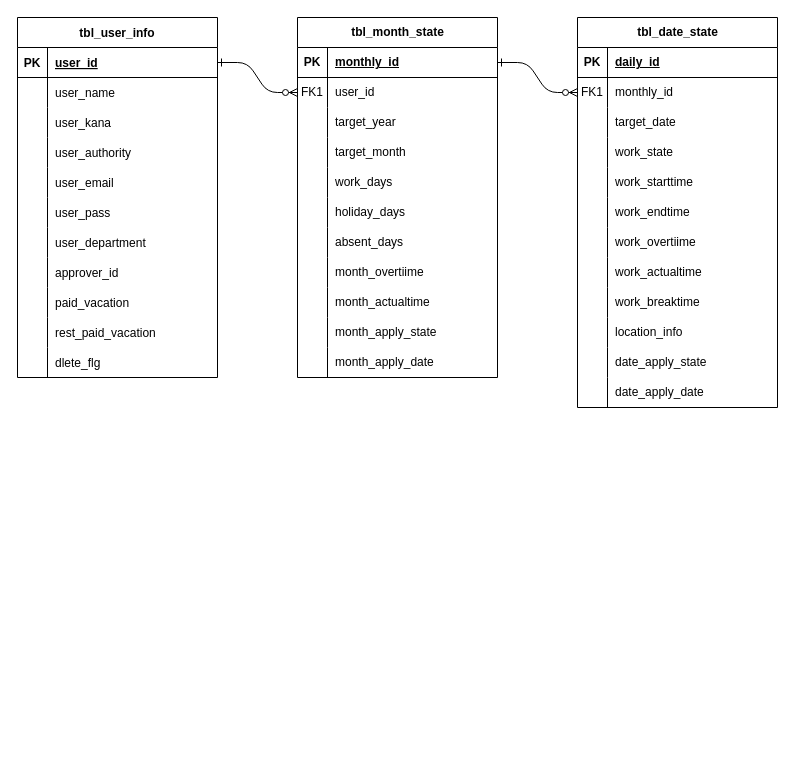
Above: docs/database/er.drawio in youkobaske/agentSupport-attendanceSystem (draw.io), before the change. Source tidied: cells renumbered, new cells numbered last; positions are measured from the earlier drawing's top-left corner, leaving out a move shared by most shapes. Both pictures are drawn from the tidied source at 100%, with x=0, y=0 at pixel (17, 17).
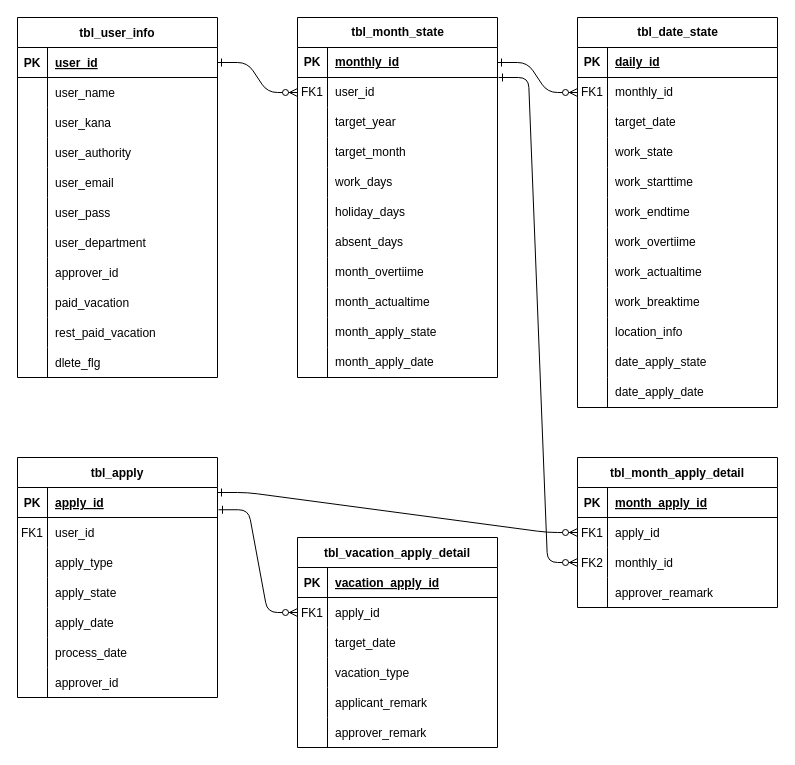
The same diagram, later.

Change to the diagram source:
```diff
@@
+    <mxCell id="111" value="tbl_apply" style="shape=table;startSize=30;childLayout=tableLayout;rowLines=0;fontStyle=1;align=center;" parent="1" vertex="1">
+      <mxGeometry y="440" width="200" height="240" as="geometry" />
+    </mxCell>
+    <mxCell id="112" style="shape=partialRectangle;fillColor=none;points=[[0,0.5],[1,0.5]];portConstraint=eastwest;top=0;left=0;right=0;bottom=1;" parent="111" vertex="1">
+      <mxGeometry y="30" width="200" height="30" as="geometry" />
+    </mxCell>
+    <mxCell id="113" value="PK" style="shape=partialRectangle;overflow=hidden;fillColor=none;top=0;left=0;bottom=0;right=0;fontStyle=1;" parent="112" vertex="1">
+      <mxGeometry width="30" height="30" as="geometry" />
+    </mxCell>
+    <mxCell id="114" value="apply_id" style="shape=partialRectangle;overflow=hidden;fillColor=none;top=0;left=0;bottom=0;right=0;align=left;spacingLeft=6;fontStyle=5;" parent="112" vertex="1">
+      <mxGeometry x="30" width="170" height="30" as="geometry" />
+    </mxCell>
+    <mxCell id="115" style="shape=partialRectangle;fillColor=none;top=0;left=0;right=0;bottom=0;" parent="111" vertex="1">
+      <mxGeometry y="60" width="200" height="30" as="geometry" />
+    </mxCell>
+    <mxCell id="116" value="FK1" style="shape=partialRectangle;overflow=hidden;fillColor=none;top=0;left=0;bottom=0;right=0;" parent="115" vertex="1">
+      <mxGeometry width="30" height="30" as="geometry" />
+    </mxCell>
+    <mxCell id="117" value="user_id" style="shape=partialRectangle;overflow=hidden;fillColor=none;top=0;left=0;bottom=0;right=0;align=left;spacingLeft=6;" parent="115" vertex="1">
+      <mxGeometry x="30" width="170" height="30" as="geometry" />
+    </mxCell>
+    <mxCell id="118" style="shape=partialRectangle;fillColor=none;top=0;left=0;right=0;bottom=0;" parent="111" vertex="1">
+      <mxGeometry y="90" width="200" height="30" as="geometry" />
+    </mxCell>
+    <mxCell id="119" style="shape=partialRectangle;overflow=hidden;fillColor=none;top=0;left=0;bottom=0;right=0;" parent="118" vertex="1">
+      <mxGeometry width="30" height="30" as="geometry" />
+    </mxCell>
+    <mxCell id="120" value="apply_type" style="shape=partialRectangle;overflow=hidden;fillColor=none;top=0;left=0;bottom=0;right=0;align=left;spacingLeft=6;" parent="118" vertex="1">
+      <mxGeometry x="30" width="170" height="30" as="geometry" />
+    </mxCell>
+    <mxCell id="121" style="shape=partialRectangle;fillColor=none;top=0;left=0;right=0;bottom=0;" parent="111" vertex="1">
+      <mxGeometry y="120" width="200" height="30" as="geometry" />
+    </mxCell>
+    <mxCell id="122" style="shape=partialRectangle;overflow=hidden;fillColor=none;top=0;left=0;bottom=0;right=0;" parent="121" vertex="1">
+      <mxGeometry width="30" height="30" as="geometry" />
+    </mxCell>
+    <mxCell id="123" value="apply_state" style="shape=partialRectangle;overflow=hidden;fillColor=none;top=0;left=0;bottom=0;right=0;align=left;spacingLeft=6;" parent="121" vertex="1">
+      <mxGeometry x="30" width="170" height="30" as="geometry" />
+    </mxCell>
+    <mxCell id="124" style="shape=partialRectangle;fillColor=none;top=0;left=0;right=0;bottom=0;" parent="111" vertex="1">
+      <mxGeometry y="150" width="200" height="30" as="geometry" />
+    </mxCell>
+    <mxCell id="125" style="shape=partialRectangle;overflow=hidden;fillColor=none;top=0;left=0;bottom=0;right=0;" parent="124" vertex="1">
+      <mxGeometry width="30" height="30" as="geometry" />
+    </mxCell>
+    <mxCell id="126" value="apply_date" style="shape=partialRectangle;overflow=hidden;fillColor=none;top=0;left=0;bottom=0;right=0;align=left;spacingLeft=6;" parent="124" vertex="1">
+      <mxGeometry x="30" width="170" height="30" as="geometry" />
+    </mxCell>
+    <mxCell id="127" style="shape=partialRectangle;fillColor=none;top=0;left=0;right=0;bottom=0;" parent="111" vertex="1">
+      <mxGeometry y="180" width="200" height="30" as="geometry" />
+    </mxCell>
+    <mxCell id="128" style="shape=partialRectangle;overflow=hidden;fillColor=none;top=0;left=0;bottom=0;right=0;" parent="127" vertex="1">
+      <mxGeometry width="30" height="30" as="geometry" />
+    </mxCell>
+    <mxCell id="129" value="process_date" style="shape=partialRectangle;overflow=hidden;fillColor=none;top=0;left=0;bottom=0;right=0;align=left;spacingLeft=6;" parent="127" vertex="1">
+      <mxGeometry x="30" width="170" height="30" as="geometry" />
+    </mxCell>
+    <mxCell id="130" style="shape=partialRectangle;fillColor=none;top=0;left=0;right=0;bottom=0;" parent="111" vertex="1">
+      <mxGeometry y="210" width="200" height="30" as="geometry" />
+    </mxCell>
+    <mxCell id="131" style="shape=partialRectangle;overflow=hidden;fillColor=none;top=0;left=0;bottom=0;right=0;" parent="130" vertex="1">
+      <mxGeometry width="30" height="30" as="geometry" />
+    </mxCell>
+    <mxCell id="132" value="approver_id" style="shape=partialRectangle;overflow=hidden;fillColor=none;top=0;left=0;bottom=0;right=0;align=left;spacingLeft=6;" parent="130" vertex="1">
+      <mxGeometry x="30" width="170" height="30" as="geometry" />
+    </mxCell>
+    <mxCell id="133" value="tbl_vacation_apply_detail" style="shape=table;startSize=30;childLayout=tableLayout;rowLines=0;fontStyle=1;align=center;" parent="1" vertex="1">
+      <mxGeometry x="280" y="520" width="200" height="210" as="geometry" />
+    </mxCell>
+    <mxCell id="134" style="shape=partialRectangle;fillColor=none;top=0;left=0;right=0;bottom=1;" parent="133" vertex="1">
+      <mxGeometry y="30" width="200" height="30" as="geometry" />
+    </mxCell>
+    <mxCell id="135" value="PK" style="shape=partialRectangle;overflow=hidden;fillColor=none;top=0;left=0;bottom=0;right=0;fontStyle=1;" parent="134" vertex="1">
+      <mxGeometry width="30" height="30" as="geometry" />
+    </mxCell>
+    <mxCell id="136" value="vacation_apply_id" style="shape=partialRectangle;overflow=hidden;fillColor=none;top=0;left=0;bottom=0;right=0;align=left;spacingLeft=6;fontStyle=5;" parent="134" vertex="1">
+      <mxGeometry x="30" width="170" height="30" as="geometry" />
+    </mxCell>
+    <mxCell id="137" style="shape=partialRectangle;fillColor=none;points=[[0,0.5],[1,0.5]];portConstraint=eastwest;top=0;left=0;right=0;bottom=0;" parent="133" vertex="1">
+      <mxGeometry y="60" width="200" height="30" as="geometry" />
+    </mxCell>
+    <mxCell id="138" value="FK1" style="shape=partialRectangle;overflow=hidden;fillColor=none;top=0;left=0;bottom=0;right=0;" parent="137" vertex="1">
+      <mxGeometry width="30" height="30" as="geometry" />
+    </mxCell>
+    <mxCell id="139" value="apply_id" style="shape=partialRectangle;overflow=hidden;fillColor=none;top=0;left=0;bottom=0;right=0;align=left;spacingLeft=6;" parent="137" vertex="1">
+      <mxGeometry x="30" width="170" height="30" as="geometry" />
+    </mxCell>
+    <mxCell id="140" style="shape=partialRectangle;fillColor=none;top=0;left=0;right=0;bottom=0;" parent="133" vertex="1">
+      <mxGeometry y="90" width="200" height="30" as="geometry" />
+    </mxCell>
+    <mxCell id="141" style="shape=partialRectangle;overflow=hidden;fillColor=none;top=0;left=0;bottom=0;right=0;" parent="140" vertex="1">
+      <mxGeometry width="30" height="30" as="geometry" />
+    </mxCell>
+    <mxCell id="142" value="target_date" style="shape=partialRectangle;overflow=hidden;fillColor=none;top=0;left=0;bottom=0;right=0;align=left;spacingLeft=6;" parent="140" vertex="1">
+      <mxGeometry x="30" width="170" height="30" as="geometry" />
+    </mxCell>
+    <mxCell id="143" style="shape=partialRectangle;fillColor=none;top=0;left=0;right=0;bottom=0;" parent="133" vertex="1">
+      <mxGeometry y="120" width="200" height="30" as="geometry" />
+    </mxCell>
+    <mxCell id="144" style="shape=partialRectangle;overflow=hidden;fillColor=none;top=0;left=0;bottom=0;right=0;" parent="143" vertex="1">
+      <mxGeometry width="30" height="30" as="geometry" />
+    </mxCell>
+    <mxCell id="145" value="vacation_type" style="shape=partialRectangle;overflow=hidden;fillColor=none;top=0;left=0;bottom=0;right=0;align=left;spacingLeft=6;" parent="143" vertex="1">
+      <mxGeometry x="30" width="170" height="30" as="geometry" />
+    </mxCell>
+    <mxCell id="146" style="shape=partialRectangle;fillColor=none;top=0;left=0;right=0;bottom=0;" parent="133" vertex="1">
+      <mxGeometry y="150" width="200" height="30" as="geometry" />
+    </mxCell>
+    <mxCell id="147" style="shape=partialRectangle;overflow=hidden;fillColor=none;top=0;left=0;bottom=0;right=0;" parent="146" vertex="1">
+      <mxGeometry width="30" height="30" as="geometry" />
+    </mxCell>
+    <mxCell id="148" value="applicant_remark" style="shape=partialRectangle;overflow=hidden;fillColor=none;top=0;left=0;bottom=0;right=0;align=left;spacingLeft=6;" parent="146" vertex="1">
+      <mxGeometry x="30" width="170" height="30" as="geometry" />
+    </mxCell>
+    <mxCell id="149" style="shape=partialRectangle;fillColor=none;top=0;left=0;right=0;bottom=0;" parent="133" vertex="1">
+      <mxGeometry y="180" width="200" height="30" as="geometry" />
+    </mxCell>
+    <mxCell id="150" style="shape=partialRectangle;overflow=hidden;fillColor=none;top=0;left=0;bottom=0;right=0;" parent="149" vertex="1">
+      <mxGeometry width="30" height="30" as="geometry" />
+    </mxCell>
+    <mxCell id="151" value="approver_remark" style="shape=partialRectangle;overflow=hidden;fillColor=none;top=0;left=0;bottom=0;right=0;align=left;spacingLeft=6;" parent="149" vertex="1">
+      <mxGeometry x="30" width="170" height="30" as="geometry" />
+    </mxCell>
+    <mxCell id="152" value="tbl_month_apply_detail" style="shape=table;startSize=30;childLayout=tableLayout;rowLines=0;fontStyle=1;align=center;" parent="1" vertex="1">
+      <mxGeometry x="560" y="440" width="200" height="150" as="geometry" />
+    </mxCell>
+    <mxCell id="153" style="shape=partialRectangle;fillColor=none;top=0;left=0;right=0;bottom=1;" parent="152" vertex="1">
+      <mxGeometry y="30" width="200" height="30" as="geometry" />
+    </mxCell>
+    <mxCell id="154" value="PK" style="shape=partialRectangle;overflow=hidden;fillColor=none;top=0;left=0;bottom=0;right=0;fontStyle=1;" parent="153" vertex="1">
+      <mxGeometry width="30" height="30" as="geometry" />
+    </mxCell>
+    <mxCell id="155" value="month_apply_id" style="shape=partialRectangle;overflow=hidden;fillColor=none;top=0;left=0;bottom=0;right=0;align=left;spacingLeft=6;fontStyle=5;" parent="153" vertex="1">
+      <mxGeometry x="30" width="170" height="30" as="geometry" />
+    </mxCell>
+    <mxCell id="156" style="shape=partialRectangle;fillColor=none;points=[[0,0.5],[1,0.5]];portConstraint=eastwest;top=0;left=0;right=0;bottom=0;" parent="152" vertex="1">
+      <mxGeometry y="60" width="200" height="30" as="geometry" />
+    </mxCell>
+    <mxCell id="157" value="FK1" style="shape=partialRectangle;overflow=hidden;fillColor=none;top=0;left=0;bottom=0;right=0;" parent="156" vertex="1">
+      <mxGeometry width="30" height="30" as="geometry" />
+    </mxCell>
+    <mxCell id="158" value="apply_id" style="shape=partialRectangle;overflow=hidden;fillColor=none;top=0;left=0;bottom=0;right=0;align=left;spacingLeft=6;" parent="156" vertex="1">
+      <mxGeometry x="30" width="170" height="30" as="geometry" />
+    </mxCell>
+    <mxCell id="159" style="shape=partialRectangle;fillColor=none;points=[[0,0.5],[1,0.5]];portConstraint=eastwest;top=0;left=0;right=0;bottom=0;" parent="152" vertex="1">
+      <mxGeometry y="90" width="200" height="30" as="geometry" />
+    </mxCell>
+    <mxCell id="160" value="FK2" style="shape=partialRectangle;overflow=hidden;fillColor=none;top=0;left=0;bottom=0;right=0;" parent="159" vertex="1">
+      <mxGeometry width="30" height="30" as="geometry" />
+    </mxCell>
+    <mxCell id="161" value="monthly_id" style="shape=partialRectangle;overflow=hidden;fillColor=none;top=0;left=0;bottom=0;right=0;align=left;spacingLeft=6;" parent="159" vertex="1">
+      <mxGeometry x="30" width="170" height="30" as="geometry" />
+    </mxCell>
+    <mxCell id="162" style="shape=partialRectangle;fillColor=none;top=0;left=0;right=0;bottom=0;" parent="152" vertex="1">
+      <mxGeometry y="120" width="200" height="30" as="geometry" />
+    </mxCell>
+    <mxCell id="163" style="shape=partialRectangle;overflow=hidden;fillColor=none;top=0;left=0;bottom=0;right=0;" parent="162" vertex="1">
+      <mxGeometry width="30" height="30" as="geometry" />
+    </mxCell>
+    <mxCell id="164" value="approver_reamark" style="shape=partialRectangle;overflow=hidden;fillColor=none;top=0;left=0;bottom=0;right=0;align=left;spacingLeft=6;" parent="162" vertex="1">
+      <mxGeometry x="30" width="170" height="30" as="geometry" />
+    </mxCell>
+    <mxCell id="165" style="edgeStyle=entityRelationEdgeStyle;endArrow=ERzeroToMany;startArrow=ERone;endFill=1;startFill=0;entryX=0;entryY=0.5;entryDx=0;entryDy=0;exitX=1.005;exitY=0.742;exitDx=0;exitDy=0;exitPerimeter=0;" parent="1" edge="1" source="112" target="137">
+      <mxGeometry relative="1" as="geometry" />
+    </mxCell>
+    <mxCell id="166" style="edgeStyle=entityRelationEdgeStyle;endArrow=ERzeroToMany;startArrow=ERone;endFill=1;startFill=0;entryX=0;entryY=0.5;entryDx=0;entryDy=0;exitX=1;exitY=0.5;exitDx=0;exitDy=0;" parent="1" edge="1" target="156">
+      <mxGeometry relative="1" as="geometry">
+        <mxPoint x="200" y="475" as="sourcePoint" />
+      </mxGeometry>
+    </mxCell>
+    <mxCell id="167" style="edgeStyle=entityRelationEdgeStyle;endArrow=ERzeroToMany;startArrow=ERone;endFill=1;startFill=0;exitX=1.005;exitY=0.742;exitDx=0;exitDy=0;exitPerimeter=0;entryX=0;entryY=0.5;entryDx=0;entryDy=0;" parent="1" edge="1" target="159">
+      <mxGeometry relative="1" as="geometry">
+        <mxPoint x="481" y="60" as="sourcePoint" />
+      </mxGeometry>
+    </mxCell>
```
